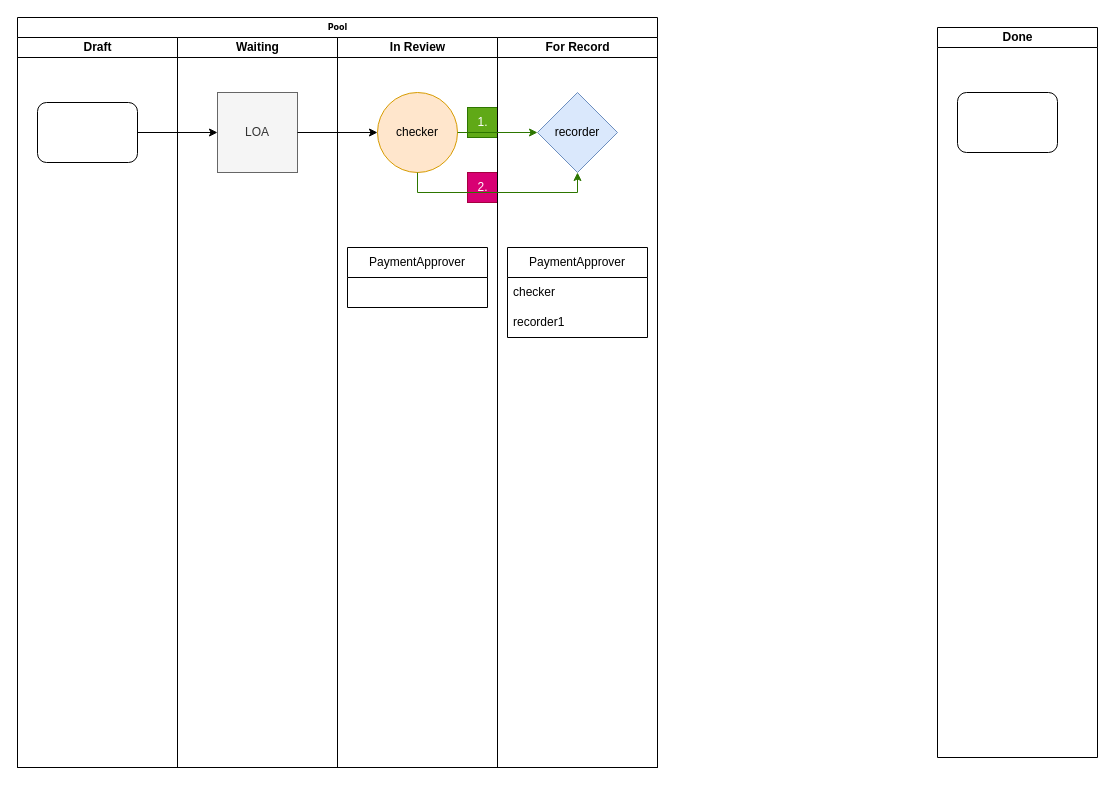
Earlier version of the draw.io diagram bls/Untitled Diagram.drawio (5822791760/drawio). Source tidied: cells renumbered, new cells numbered last; positions are measured from the earlier drawing's top-left corner, leaving out a move shared by most shapes. Both pictures are drawn from the tidied source at 100%, with x=0, y=0 at pixel (17, 17).
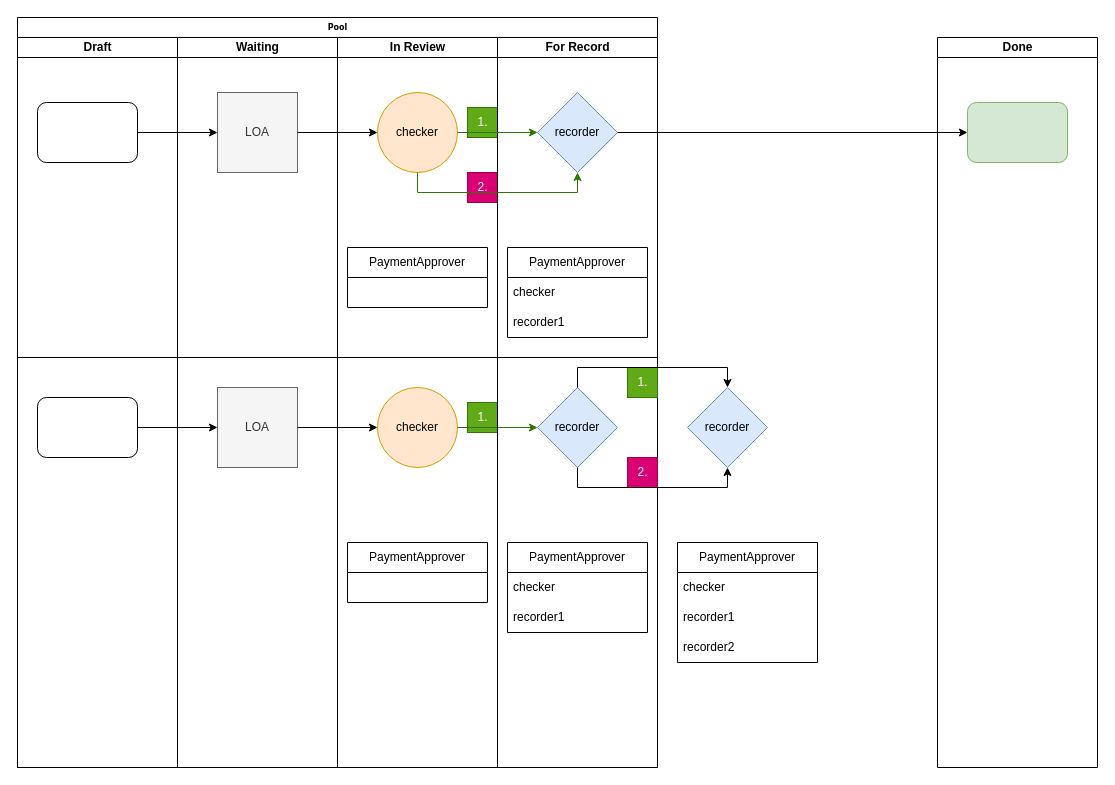
The same page after the edit.

The change refers to these unchanged cells:
```xml
<mxCell id="2" value="Pool" style="swimlane;html=1;startSize=20;rounded=0;shadow=0;labelBackgroundColor=none;strokeWidth=1;fontFamily=Verdana;fontSize=8;align=center;" parent="1" vertex="1">
  <mxGeometry width="640" height="750" as="geometry" />
</mxCell>
<mxCell id="3" value="Draft" style="swimlane;html=1;startSize=20;" parent="2" vertex="1">
  <mxGeometry y="20" width="160" height="730" as="geometry" />
</mxCell>
<mxCell id="5" value="Waiting" style="swimlane;html=1;startSize=20;" parent="2" vertex="1">
  <mxGeometry x="160" y="20" width="160" height="730" as="geometry" />
</mxCell>
<mxCell id="7" value="In Review" style="swimlane;html=1;startSize=20;" parent="2" vertex="1">
  <mxGeometry x="320" y="20" width="160" height="730" as="geometry" />
</mxCell>
<mxCell id="12" value="For Record" style="swimlane;html=1;startSize=20;" parent="2" vertex="1">
  <mxGeometry x="480" y="20" width="160" height="730" as="geometry" />
</mxCell>
<mxCell id="13" value="recorder" style="rhombus;whiteSpace=wrap;html=1;fillColor=#dae8fc;strokeColor=#6c8ebf;" parent="12" vertex="1">
  <mxGeometry x="40" y="55" width="80" height="80" as="geometry" />
</mxCell>
```

The edit, as a diff of the source:
```diff
@@
+    <mxCell id="23" style="rounded=1;whiteSpace=wrap;html=1;shadow=0;labelBackgroundColor=none;strokeWidth=1;fontFamily=Verdana;fontSize=8;align=center;" parent="3" vertex="1">
+      <mxGeometry x="20" y="360" width="100" height="60" as="geometry" />
+    </mxCell>
@@
+    <mxCell id="24" value="LOA" style="whiteSpace=wrap;html=1;fillColor=#f5f5f5;fontColor=#333333;strokeColor=#666666;" parent="5" vertex="1">
+      <mxGeometry x="40" y="350" width="80" height="80" as="geometry" />
+    </mxCell>
@@
+    <mxCell id="25" value="checker" style="ellipse;whiteSpace=wrap;html=1;fillColor=#ffe6cc;strokeColor=#d79b00;" parent="7" vertex="1">
+      <mxGeometry x="40" y="350" width="80" height="80" as="geometry" />
+    </mxCell>
+    <mxCell id="26" value="1." style="text;html=1;align=center;verticalAlign=middle;strokeColor=#2D7600;fillColor=#60a917;fontColor=#ffffff;" parent="7" vertex="1">
+      <mxGeometry x="130" y="365" width="30" height="30" as="geometry" />
+    </mxCell>
+    <mxCell id="27" value="PaymentApprover" style="swimlane;fontStyle=0;horizontal=1;startSize=30;whiteSpace=wrap;html=1;" parent="7" vertex="1">
+      <mxGeometry x="10" y="505" width="140" height="60" as="geometry" />
+    </mxCell>
+    <mxCell id="28" style="edgeStyle=orthogonalEdgeStyle;rounded=0;jettySize=auto;html=1;exitX=1;exitY=0.5;exitDx=0;exitDy=0;entryX=0;entryY=0.5;entryDx=0;entryDy=0;" parent="2" edge="1" source="23" target="24">
+      <mxGeometry relative="1" as="geometry" />
+    </mxCell>
+    <mxCell id="29" style="edgeStyle=orthogonalEdgeStyle;rounded=0;jettySize=auto;html=1;exitX=1;exitY=0.5;exitDx=0;exitDy=0;" parent="2" edge="1" source="24" target="25">
+      <mxGeometry relative="1" as="geometry" />
+    </mxCell>
+    <mxCell id="30" style="edgeStyle=orthogonalEdgeStyle;rounded=0;jettySize=auto;html=1;exitX=1;exitY=0.5;exitDx=0;exitDy=0;entryX=0;entryY=0.5;entryDx=0;entryDy=0;fillColor=#60a917;strokeColor=#2D7600;" parent="2" edge="1" source="25" target="32">
+      <mxGeometry relative="1" as="geometry" />
+    </mxCell>
@@
+    <mxCell id="31" style="endArrow=none;html=1;rounded=0;" parent="12" edge="1">
+      <mxGeometry relative="1" as="geometry">
+        <mxPoint x="-480" y="320" as="sourcePoint" />
+        <mxPoint x="160" y="320" as="targetPoint" />
+      </mxGeometry>
+    </mxCell>
+    <mxCell id="32" value="recorder" style="rhombus;whiteSpace=wrap;html=1;fillColor=#dae8fc;strokeColor=#6c8ebf;" parent="12" vertex="1">
+      <mxGeometry x="40" y="350" width="80" height="80" as="geometry" />
+    </mxCell>
+    <mxCell id="33" value="PaymentApprover" style="swimlane;fontStyle=0;horizontal=1;startSize=30;whiteSpace=wrap;html=1;" parent="12" vertex="1">
+      <mxGeometry x="10" y="505" width="140" height="90" as="geometry" />
+    </mxCell>
+    <mxCell id="34" value="checker" style="text;strokeColor=none;fillColor=none;align=left;verticalAlign=middle;spacingLeft=4;spacingRight=4;overflow=hidden;whiteSpace=wrap;html=1;" parent="33" vertex="1">
+      <mxGeometry y="30" width="140" height="30" as="geometry" />
+    </mxCell>
+    <mxCell id="35" value="recorder1" style="text;strokeColor=none;fillColor=none;align=left;verticalAlign=middle;spacingLeft=4;spacingRight=4;overflow=hidden;whiteSpace=wrap;html=1;" parent="33" vertex="1">
+      <mxGeometry y="60" width="140" height="30" as="geometry" />
+    </mxCell>
+    <mxCell id="36" value="1." style="text;html=1;align=center;verticalAlign=middle;strokeColor=#2D7600;fillColor=#60a917;fontColor=#ffffff;" parent="12" vertex="1">
+      <mxGeometry x="130" y="330" width="30" height="30" as="geometry" />
+    </mxCell>
+    <mxCell id="37" value="2." style="text;html=1;align=center;verticalAlign=middle;strokeColor=#A50040;fillColor=#d80073;fontColor=#ffffff;" parent="12" vertex="1">
+      <mxGeometry x="130" y="420" width="30" height="30" as="geometry" />
+    </mxCell>
@@
     <mxCell id="21" value="Done" style="swimlane;html=1;startSize=20;" parent="1" vertex="1">
-      <mxGeometry x="920" y="10" width="160" height="730" as="geometry" />
+      <mxGeometry x="920" y="20" width="160" height="730" as="geometry" />
     </mxCell>
-    <mxCell id="22" style="rounded=1;whiteSpace=wrap;html=1;shadow=0;labelBackgroundColor=none;strokeWidth=1;fontFamily=Verdana;fontSize=8;align=center;" parent="21" vertex="1">
-      <mxGeometry x="20" y="65" width="100" height="60" as="geometry" />
+    <mxCell id="22" style="rounded=1;whiteSpace=wrap;html=1;shadow=0;labelBackgroundColor=none;strokeWidth=1;fontFamily=Verdana;fontSize=8;align=center;fillColor=#d5e8d4;strokeColor=#82b366;" parent="21" vertex="1">
+      <mxGeometry x="30" y="65" width="100" height="60" as="geometry" />
     </mxCell>
+    <mxCell id="38" style="edgeStyle=orthogonalEdgeStyle;rounded=0;jettySize=auto;html=1;exitX=1;exitY=0.5;exitDx=0;exitDy=0;" parent="1" edge="1" source="13" target="22">
+      <mxGeometry relative="1" as="geometry" />
+    </mxCell>
+    <mxCell id="39" value="recorder" style="rhombus;whiteSpace=wrap;html=1;fillColor=#dae8fc;strokeColor=#6c8ebf;" parent="1" vertex="1">
+      <mxGeometry x="670" y="370" width="80" height="80" as="geometry" />
+    </mxCell>
+    <mxCell id="40" style="edgeStyle=orthogonalEdgeStyle;rounded=0;jettySize=auto;html=1;exitX=0.5;exitY=0;exitDx=0;exitDy=0;entryX=0.5;entryY=0;entryDx=0;entryDy=0;" parent="1" edge="1" source="32" target="39">
+      <mxGeometry relative="1" as="geometry" />
+    </mxCell>
+    <mxCell id="41" style="edgeStyle=orthogonalEdgeStyle;rounded=0;jettySize=auto;html=1;exitX=0.5;exitY=1;exitDx=0;exitDy=0;entryX=0.5;entryY=1;entryDx=0;entryDy=0;" parent="1" edge="1" source="32" target="39">
+      <mxGeometry relative="1" as="geometry" />
+    </mxCell>
+    <mxCell id="42" value="PaymentApprover" style="swimlane;fontStyle=0;horizontal=1;startSize=30;whiteSpace=wrap;html=1;" parent="1" vertex="1">
+      <mxGeometry x="660" y="525" width="140" height="120" as="geometry" />
+    </mxCell>
+    <mxCell id="43" value="checker" style="text;strokeColor=none;fillColor=none;align=left;verticalAlign=middle;spacingLeft=4;spacingRight=4;overflow=hidden;whiteSpace=wrap;html=1;" parent="42" vertex="1">
+      <mxGeometry y="30" width="140" height="30" as="geometry" />
+    </mxCell>
+    <mxCell id="44" value="recorder1" style="text;strokeColor=none;fillColor=none;align=left;verticalAlign=middle;spacingLeft=4;spacingRight=4;overflow=hidden;whiteSpace=wrap;html=1;" parent="42" vertex="1">
+      <mxGeometry y="60" width="140" height="30" as="geometry" />
+    </mxCell>
+    <mxCell id="45" value="recorder2" style="text;strokeColor=none;fillColor=none;align=left;verticalAlign=middle;spacingLeft=4;spacingRight=4;overflow=hidden;whiteSpace=wrap;html=1;" parent="42" vertex="1">
+      <mxGeometry y="90" width="140" height="30" as="geometry" />
+    </mxCell>
```
